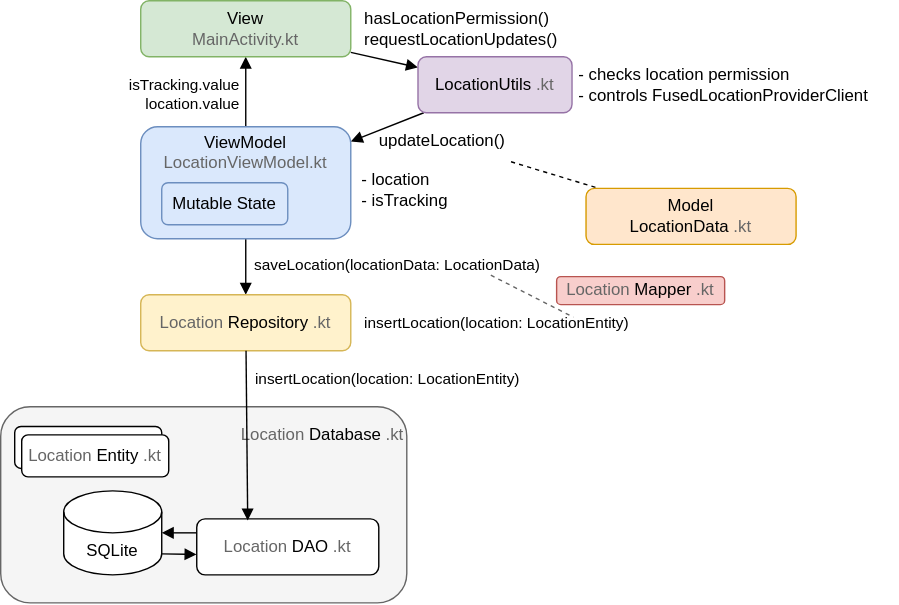
lchristmann/Tracker keeps this draw.io diagram as app-architecture.drawio.svg. Above is the earlier version. Source tidied: cells renumbered, new cells last; positions are measured from the earlier drawing's top-left corner, leaving out a move shared by most shapes.
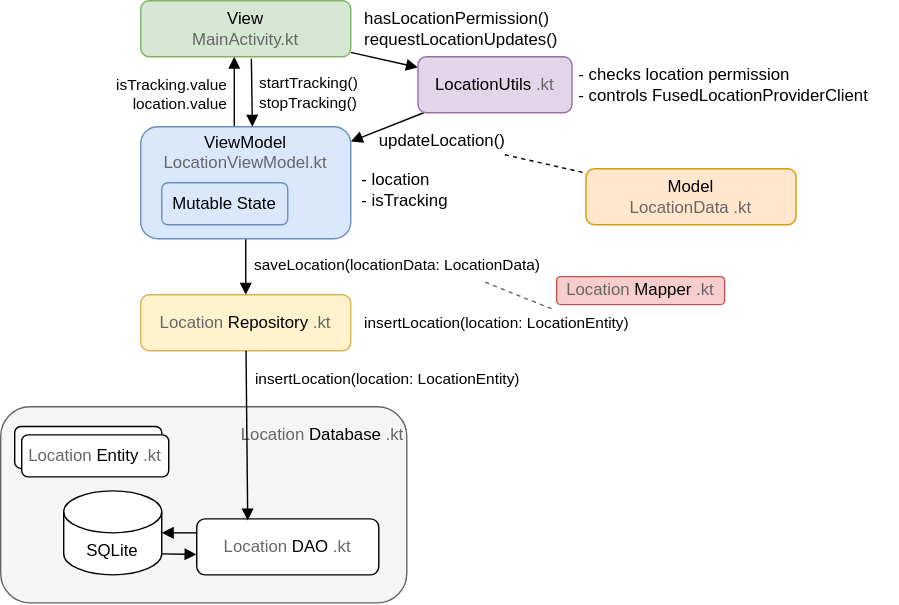
The same diagram one commit later.

Commit message:
docs: improve app architecture diagram

Change to the diagram source:
```diff
@@ -2,14 +2,22 @@
   <root>
     <mxCell id="0" />
     <mxCell id="1" parent="0" />
-    <mxCell id="2" style="edgeStyle=none;html=1;endArrow=block;endFill=1;" parent="1" edge="1" source="10" target="5">
-      <mxGeometry relative="1" as="geometry" />
+    <mxCell id="2" style="edgeStyle=none;html=1;endArrow=block;endFill=1;" parent="1" edge="1">
+      <mxGeometry relative="1" as="geometry">
+        <mxPoint x="166.8" y="90" as="sourcePoint" />
+        <mxPoint x="166.8" y="40" as="targetPoint" />
+      </mxGeometry>
     </mxCell>
     <mxCell id="3" value="isTracking.value&lt;div&gt;location.value&lt;/div&gt;" style="edgeLabel;html=1;align=right;verticalAlign=middle;" parent="2" vertex="1">
       <mxGeometry x="-0.18" y="-2" relative="1" as="geometry">
         <mxPoint x="-6" y="-3" as="offset" />
       </mxGeometry>
     </mxCell>
+    <mxCell id="32" value="startTracking()&lt;div&gt;stopTracking()&lt;/div&gt;" style="edgeLabel;html=1;align=left;verticalAlign=middle;" parent="2" vertex="1">
+      <mxGeometry x="-0.04" relative="1" as="geometry">
+        <mxPoint x="16" as="offset" />
+      </mxGeometry>
+    </mxCell>
     <mxCell id="4" style="edgeStyle=none;html=1;endArrow=block;endFill=1;" parent="1" edge="1" source="5" target="7">
       <mxGeometry relative="1" as="geometry" />
     </mxCell>
@@ -73,7 +81,7 @@
     <mxCell id="22" value="Mutable State" style="rounded=1;whiteSpace=wrap;html=1;fillColor=#dae8fc;strokeColor=#6c8ebf;" parent="1" vertex="1">
       <mxGeometry x="115" y="130" width="90" height="30" as="geometry" />
     </mxCell>
-    <mxCell id="23" style="edgeStyle=none;html=1;dashed=1;endArrow=none;endFill=0;" parent="1" edge="1" source="24" target="30">
+    <mxCell id="23" style="edgeStyle=none;html=1;dashed=1;endArrow=none;endFill=0;exitX=0.909;exitY=0.833;exitDx=0;exitDy=0;exitPerimeter=0;" parent="1" edge="1" source="24" target="30">
       <mxGeometry relative="1" as="geometry" />
     </mxCell>
     <mxCell id="24" value="updateLocation()" style="text;html=1;align=center;verticalAlign=middle;points=[];strokeColor=none;fillColor=none;" parent="1" vertex="1">
@@ -96,14 +104,20 @@
     <mxCell id="29" value="&lt;font style=&quot;color: rgb(102, 102, 102);&quot;&gt;Location&lt;/font&gt;Mapper&lt;font style=&quot;color: rgb(102, 102, 102);&quot;&gt;.kt&lt;/font&gt;" style="rounded=1;whiteSpace=wrap;html=1;fillColor=#f8cecc;strokeColor=#b85450;" parent="1" vertex="1">
       <mxGeometry x="397" y="197" width="120" height="20" as="geometry" />
     </mxCell>
-    <mxCell id="30" value="&lt;div&gt;&lt;font style=&quot;color: rgb(0, 0, 0);&quot;&gt;Model&lt;/font&gt;&lt;/div&gt;LocationData&lt;span style=&quot;background-color: transparent;&quot;&gt;&lt;font style=&quot;color: rgb(102, 102, 102);&quot;&gt;.kt&lt;/font&gt;&lt;/span&gt;" style="rounded=1;whiteSpace=wrap;html=1;fillColor=#ffe6cc;strokeColor=#d79b00;" parent="1" vertex="1">
-      <mxGeometry x="418" y="134" width="150" height="40" as="geometry" />
+    <mxCell id="30" value="&lt;div&gt;&lt;font style=&quot;color: rgb(0, 0, 0);&quot;&gt;Model&lt;/font&gt;&lt;/div&gt;&lt;font style=&quot;color: rgb(102, 102, 102);&quot;&gt;LocationData&lt;/font&gt;&lt;span style=&quot;background-color: transparent;&quot;&gt;&lt;font style=&quot;color: rgb(102, 102, 102);&quot;&gt;.kt&lt;/font&gt;&lt;/span&gt;" style="rounded=1;whiteSpace=wrap;html=1;fillColor=#ffe6cc;strokeColor=#d79b00;" parent="1" vertex="1">
+      <mxGeometry x="418" y="120" width="150" height="40" as="geometry" />
     </mxCell>
     <mxCell id="31" style="endArrow=none;dashed=1;html=1;fillColor=#f5f5f5;strokeColor=#666666;" parent="1" edge="1">
       <mxGeometry relative="1" as="geometry">
-        <mxPoint x="350" y="196" as="sourcePoint" />
-        <mxPoint x="409" y="226" as="targetPoint" />
+        <mxPoint x="346" y="201" as="sourcePoint" />
+        <mxPoint x="396" y="221" as="targetPoint" />
       </mxGeometry>
     </mxCell>
+    <mxCell id="33" style="edgeStyle=none;html=1;entryX=0.507;entryY=-0.017;entryDx=0;entryDy=0;entryPerimeter=0;endArrow=block;endFill=1;" parent="1" edge="1">
+      <mxGeometry relative="1" as="geometry">
+        <mxPoint x="179" y="41.4" as="sourcePoint" />
+        <mxPoint x="179.7" y="90" as="targetPoint" />
+      </mxGeometry>
+    </mxCell>
   </root>
 </mxGraphModel>
```
